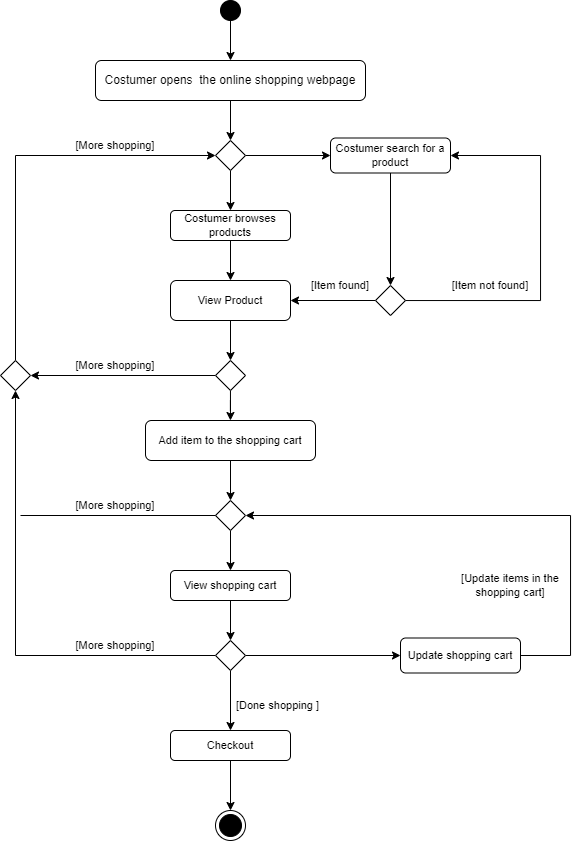
This is diagramas/Diagrama de atividades.png from JoshuaJones27/FetchCode, a draw.io export, as it was before one commit. Source tidied: cells renumbered, new cells last; positions are measured from the earlier drawing's top-left corner, leaving out a move shared by most shapes. Its diagram source:
```xml
<mxGraphModel>
  <root>
    <mxCell id="0" />
    <mxCell id="1" parent="0" />
    <mxCell id="2" style="edgeStyle=orthogonalEdgeStyle;rounded=0;jettySize=auto;html=1;fontSize=11;" parent="1" edge="1" source="3">
      <mxGeometry relative="1" as="geometry">
        <mxPoint x="230" y="140" as="targetPoint" />
      </mxGeometry>
    </mxCell>
    <mxCell id="3" value="Costumer opens&amp;nbsp; the online shopping webpage" style="rounded=1;whiteSpace=wrap;html=1;" parent="1" vertex="1">
      <mxGeometry x="95" y="60" width="270" height="40" as="geometry" />
    </mxCell>
    <mxCell id="4" style="edgeStyle=orthogonalEdgeStyle;rounded=0;jettySize=auto;html=1;fontSize=11;" parent="1" edge="1" source="5" target="3">
      <mxGeometry relative="1" as="geometry" />
    </mxCell>
    <mxCell id="5" style="ellipse;whiteSpace=wrap;html=1;strokeWidth=1;fillColor=#000000;" parent="1" vertex="1">
      <mxGeometry x="220" width="20" height="20" as="geometry" />
    </mxCell>
    <mxCell id="6" style="edgeStyle=orthogonalEdgeStyle;rounded=0;jettySize=auto;html=1;fontSize=11;" parent="1" edge="1" source="8" target="10">
      <mxGeometry relative="1" as="geometry" />
    </mxCell>
    <mxCell id="7" style="edgeStyle=orthogonalEdgeStyle;rounded=0;jettySize=auto;html=1;fontSize=11;" parent="1" edge="1" source="8" target="12">
      <mxGeometry relative="1" as="geometry" />
    </mxCell>
    <mxCell id="8" style="rhombus;fontSize=11;strokeWidth=1;fillColor=#FFFFFF;" parent="1" vertex="1">
      <mxGeometry x="215" y="140" width="30" height="30" as="geometry" />
    </mxCell>
    <mxCell id="9" style="edgeStyle=orthogonalEdgeStyle;rounded=0;jettySize=auto;html=1;fontSize=11;" parent="1" edge="1" source="10" target="20">
      <mxGeometry relative="1" as="geometry" />
    </mxCell>
    <mxCell id="10" value="Costumer search for a product" style="rounded=1;whiteSpace=wrap;html=1;fontSize=11;strokeWidth=1;fillColor=#FFFFFF;" parent="1" vertex="1">
      <mxGeometry x="330" y="137.5" width="120" height="35" as="geometry" />
    </mxCell>
    <mxCell id="11" style="edgeStyle=orthogonalEdgeStyle;rounded=0;jettySize=auto;html=1;fontSize=11;" parent="1" edge="1" source="12" target="14">
      <mxGeometry relative="1" as="geometry" />
    </mxCell>
    <mxCell id="12" value="Costumer browses products" style="rounded=1;whiteSpace=wrap;html=1;fontSize=11;strokeWidth=1;fillColor=#FFFFFF;" parent="1" vertex="1">
      <mxGeometry x="170" y="210" width="120" height="30" as="geometry" />
    </mxCell>
    <mxCell id="13" style="edgeStyle=orthogonalEdgeStyle;rounded=0;jettySize=auto;html=1;fontSize=11;" parent="1" edge="1" source="14" target="17">
      <mxGeometry relative="1" as="geometry" />
    </mxCell>
    <mxCell id="14" value="View Product" style="rounded=1;whiteSpace=wrap;html=1;fontSize=11;strokeWidth=1;fillColor=#FFFFFF;" parent="1" vertex="1">
      <mxGeometry x="170" y="280" width="120" height="40" as="geometry" />
    </mxCell>
    <mxCell id="15" style="edgeStyle=orthogonalEdgeStyle;rounded=0;jettySize=auto;html=1;entryX=1;entryY=0.5;entryDx=0;entryDy=0;fontSize=11;" parent="1" edge="1" source="17" target="22">
      <mxGeometry relative="1" as="geometry" />
    </mxCell>
    <mxCell id="16" style="edgeStyle=orthogonalEdgeStyle;rounded=0;jettySize=auto;html=1;fontSize=11;" parent="1" edge="1" source="17" target="24">
      <mxGeometry relative="1" as="geometry" />
    </mxCell>
    <mxCell id="17" style="rhombus;fontSize=11;strokeWidth=1;fillColor=#FFFFFF;" parent="1" vertex="1">
      <mxGeometry x="215" y="360" width="30" height="30" as="geometry" />
    </mxCell>
    <mxCell id="18" style="edgeStyle=orthogonalEdgeStyle;rounded=0;jettySize=auto;html=1;fontSize=11;" parent="1" edge="1" source="20" target="14">
      <mxGeometry relative="1" as="geometry" />
    </mxCell>
    <mxCell id="19" style="edgeStyle=orthogonalEdgeStyle;rounded=0;jettySize=auto;html=1;entryX=1;entryY=0.5;entryDx=0;entryDy=0;fontSize=11;" parent="1" edge="1" source="20" target="10">
      <mxGeometry relative="1" as="geometry">
        <Array as="points">
          <mxPoint x="540" y="300" />
          <mxPoint x="540" y="155" />
        </Array>
      </mxGeometry>
    </mxCell>
    <mxCell id="20" style="rhombus;fontSize=11;strokeWidth=1;fillColor=#FFFFFF;" parent="1" vertex="1">
      <mxGeometry x="375" y="285" width="30" height="30" as="geometry" />
    </mxCell>
    <mxCell id="21" style="edgeStyle=orthogonalEdgeStyle;rounded=0;jettySize=auto;html=1;entryX=0;entryY=0.5;entryDx=0;entryDy=0;fontSize=11;" parent="1" edge="1" source="22" target="8">
      <mxGeometry relative="1" as="geometry">
        <Array as="points">
          <mxPoint x="15" y="155" />
        </Array>
      </mxGeometry>
    </mxCell>
    <mxCell id="22" style="rhombus;fontSize=11;strokeWidth=1;fillColor=#FFFFFF;" parent="1" vertex="1">
      <mxGeometry y="360" width="30" height="30" as="geometry" />
    </mxCell>
    <mxCell id="23" style="edgeStyle=orthogonalEdgeStyle;rounded=0;jettySize=auto;html=1;fontSize=11;" parent="1" edge="1" source="24" target="26">
      <mxGeometry relative="1" as="geometry" />
    </mxCell>
    <mxCell id="24" value="Add item to the shopping cart" style="rounded=1;whiteSpace=wrap;html=1;fontSize=11;strokeWidth=1;fillColor=#FFFFFF;" parent="1" vertex="1">
      <mxGeometry x="145" y="420" width="170" height="40" as="geometry" />
    </mxCell>
    <mxCell id="25" style="edgeStyle=orthogonalEdgeStyle;rounded=0;jettySize=auto;html=1;fontSize=11;" parent="1" edge="1" source="26" target="28">
      <mxGeometry relative="1" as="geometry" />
    </mxCell>
    <mxCell id="26" style="rhombus;fontSize=11;strokeWidth=1;fillColor=#FFFFFF;" parent="1" vertex="1">
      <mxGeometry x="215" y="500" width="30" height="30" as="geometry" />
    </mxCell>
    <mxCell id="27" style="edgeStyle=orthogonalEdgeStyle;rounded=0;jettySize=auto;html=1;fontSize=11;" parent="1" edge="1" source="28" target="32">
      <mxGeometry relative="1" as="geometry" />
    </mxCell>
    <mxCell id="28" value="View shopping cart" style="rounded=1;whiteSpace=wrap;html=1;fontSize=11;strokeWidth=1;fillColor=#FFFFFF;" parent="1" vertex="1">
      <mxGeometry x="170" y="570" width="120" height="30" as="geometry" />
    </mxCell>
    <mxCell id="29" style="edgeStyle=orthogonalEdgeStyle;rounded=0;jettySize=auto;html=1;entryX=0;entryY=0.5;entryDx=0;entryDy=0;fontSize=11;" parent="1" edge="1" source="32" target="34">
      <mxGeometry relative="1" as="geometry" />
    </mxCell>
    <mxCell id="30" style="edgeStyle=orthogonalEdgeStyle;rounded=0;jettySize=auto;html=1;entryX=0.5;entryY=1;entryDx=0;entryDy=0;fontSize=11;" parent="1" edge="1" source="32" target="22">
      <mxGeometry relative="1" as="geometry" />
    </mxCell>
    <mxCell id="31" style="edgeStyle=orthogonalEdgeStyle;rounded=0;jettySize=auto;html=1;fontSize=11;" parent="1" edge="1" source="32" target="37">
      <mxGeometry relative="1" as="geometry" />
    </mxCell>
    <mxCell id="32" style="rhombus;fontSize=11;strokeWidth=1;fillColor=#FFFFFF;" parent="1" vertex="1">
      <mxGeometry x="215" y="640" width="30" height="30" as="geometry" />
    </mxCell>
    <mxCell id="33" style="edgeStyle=orthogonalEdgeStyle;rounded=0;jettySize=auto;html=1;entryX=1;entryY=0.5;entryDx=0;entryDy=0;fontSize=11;exitX=1;exitY=0.5;exitDx=0;exitDy=0;" parent="1" edge="1" source="34" target="26">
      <mxGeometry relative="1" as="geometry">
        <Array as="points">
          <mxPoint x="570" y="655" />
          <mxPoint x="570" y="515" />
        </Array>
      </mxGeometry>
    </mxCell>
    <mxCell id="34" value="Update shopping cart" style="rounded=1;whiteSpace=wrap;html=1;fontSize=11;strokeWidth=1;fillColor=#FFFFFF;" parent="1" vertex="1">
      <mxGeometry x="400" y="637.5" width="120" height="35" as="geometry" />
    </mxCell>
    <mxCell id="35" style="endArrow=none;html=1;rounded=0;fontSize=11;exitX=0;exitY=0.5;exitDx=0;exitDy=0;" parent="1" edge="1" source="26">
      <mxGeometry relative="1" as="geometry">
        <mxPoint x="20" y="515" as="targetPoint" />
      </mxGeometry>
    </mxCell>
    <mxCell id="36" style="edgeStyle=orthogonalEdgeStyle;rounded=0;jettySize=auto;html=1;fontSize=11;" parent="1" edge="1" source="37" target="38">
      <mxGeometry relative="1" as="geometry" />
    </mxCell>
    <mxCell id="37" value="Checkout" style="rounded=1;whiteSpace=wrap;html=1;fontSize=11;strokeWidth=1;fillColor=#FFFFFF;" parent="1" vertex="1">
      <mxGeometry x="170" y="730" width="120" height="30" as="geometry" />
    </mxCell>
    <mxCell id="38" style="ellipse;html=1;shape=endState;fillColor=#000000;strokeColor=#000000;fontSize=11;" parent="1" vertex="1">
      <mxGeometry x="215" y="810" width="30" height="30" as="geometry" />
    </mxCell>
    <mxCell id="39" value="[More shopping]" style="text;html=1;strokeColor=none;fillColor=none;align=center;verticalAlign=middle;whiteSpace=wrap;rounded=0;fontSize=11;" parent="1" vertex="1">
      <mxGeometry x="70" y="130" width="90" height="30" as="geometry" />
    </mxCell>
    <mxCell id="40" value="[More shopping]" style="text;html=1;strokeColor=none;fillColor=none;align=center;verticalAlign=middle;whiteSpace=wrap;rounded=0;fontSize=11;" parent="1" vertex="1">
      <mxGeometry x="65" y="350" width="100" height="30" as="geometry" />
    </mxCell>
    <mxCell id="41" value="[More shopping]" style="text;html=1;strokeColor=none;fillColor=none;align=center;verticalAlign=middle;whiteSpace=wrap;rounded=0;fontSize=11;" parent="1" vertex="1">
      <mxGeometry x="65" y="490" width="100" height="30" as="geometry" />
    </mxCell>
    <mxCell id="42" value="[More shopping]" style="text;html=1;strokeColor=none;fillColor=none;align=center;verticalAlign=middle;whiteSpace=wrap;rounded=0;fontSize=11;" parent="1" vertex="1">
      <mxGeometry x="65" y="630" width="100" height="30" as="geometry" />
    </mxCell>
    <mxCell id="43" value="[Update items in the shopping cart]" style="text;html=1;strokeColor=none;fillColor=none;align=center;verticalAlign=middle;whiteSpace=wrap;rounded=0;fontSize=11;" parent="1" vertex="1">
      <mxGeometry x="460" y="570" width="100" height="30" as="geometry" />
    </mxCell>
    <mxCell id="44" value="[Item found]" style="text;html=1;strokeColor=none;fillColor=none;align=center;verticalAlign=middle;whiteSpace=wrap;rounded=0;fontSize=11;" parent="1" vertex="1">
      <mxGeometry x="290" y="270" width="100" height="30" as="geometry" />
    </mxCell>
    <mxCell id="45" value="[Item not found]" style="text;html=1;strokeColor=none;fillColor=none;align=center;verticalAlign=middle;whiteSpace=wrap;rounded=0;fontSize=11;" parent="1" vertex="1">
      <mxGeometry x="440" y="270" width="100" height="30" as="geometry" />
    </mxCell>
    <mxCell id="46" value="[Done shopping ]&amp;nbsp;" style="text;html=1;strokeColor=none;fillColor=none;align=center;verticalAlign=middle;whiteSpace=wrap;rounded=0;fontSize=11;" parent="1" vertex="1">
      <mxGeometry x="234" y="690" width="90" height="30" as="geometry" />
    </mxCell>
  </root>
</mxGraphModel>
```
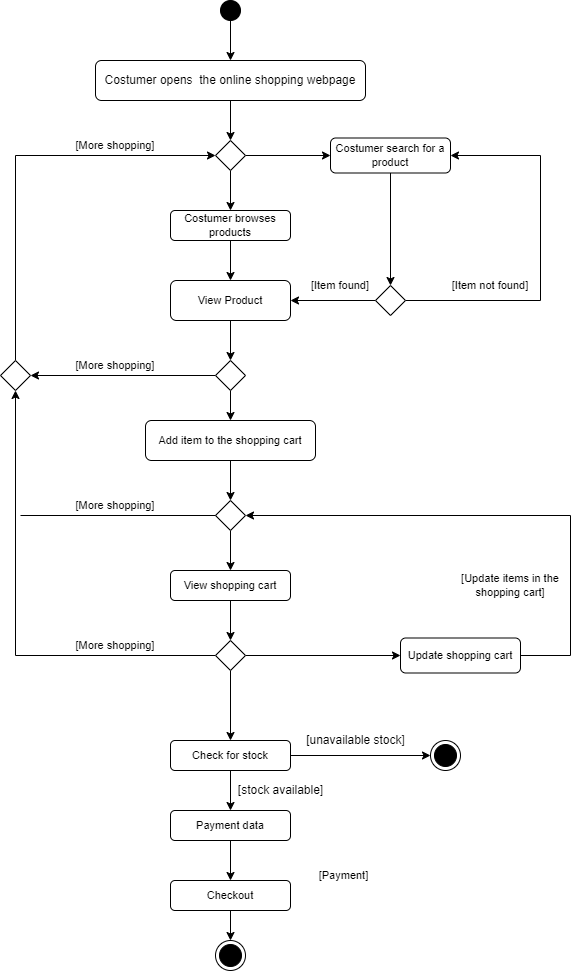
Above is the later version.

The edit, as a diff of the source:
```diff
@@ -100,9 +100,9 @@
     <mxCell id="30" style="edgeStyle=orthogonalEdgeStyle;rounded=0;jettySize=auto;html=1;entryX=0.5;entryY=1;entryDx=0;entryDy=0;fontSize=11;" parent="1" edge="1" source="32" target="22">
       <mxGeometry relative="1" as="geometry" />
     </mxCell>
-    <mxCell id="31" style="edgeStyle=orthogonalEdgeStyle;rounded=0;jettySize=auto;html=1;fontSize=11;" parent="1" edge="1" source="32" target="37">
-      <mxGeometry relative="1" as="geometry" />
-    </mxCell>
+    <mxCell id="47" style="edgeStyle=orthogonalEdgeStyle;rounded=0;jettySize=auto;html=1;" parent="1" edge="1" source="32" target="52">
+      <mxGeometry relative="1" as="geometry" />
+    </mxCell>
     <mxCell id="32" style="rhombus;fontSize=11;strokeWidth=1;fillColor=#FFFFFF;" parent="1" vertex="1">
       <mxGeometry x="215" y="640" width="30" height="30" as="geometry" />
     </mxCell>
@@ -122,14 +122,8 @@
         <mxPoint x="20" y="515" as="targetPoint" />
       </mxGeometry>
     </mxCell>
-    <mxCell id="36" style="edgeStyle=orthogonalEdgeStyle;rounded=0;jettySize=auto;html=1;fontSize=11;" parent="1" edge="1" source="37" target="38">
-      <mxGeometry relative="1" as="geometry" />
-    </mxCell>
-    <mxCell id="37" value="Checkout" style="rounded=1;whiteSpace=wrap;html=1;fontSize=11;strokeWidth=1;fillColor=#FFFFFF;" parent="1" vertex="1">
-      <mxGeometry x="170" y="730" width="120" height="30" as="geometry" />
-    </mxCell>
     <mxCell id="38" style="ellipse;html=1;shape=endState;fillColor=#000000;strokeColor=#000000;fontSize=11;" parent="1" vertex="1">
-      <mxGeometry x="215" y="810" width="30" height="30" as="geometry" />
+      <mxGeometry x="215" y="940" width="30" height="30" as="geometry" />
     </mxCell>
     <mxCell id="39" value="[More shopping]" style="text;html=1;strokeColor=none;fillColor=none;align=center;verticalAlign=middle;whiteSpace=wrap;rounded=0;fontSize=11;" parent="1" vertex="1">
       <mxGeometry x="70" y="130" width="90" height="30" as="geometry" />
@@ -152,8 +146,40 @@
     <mxCell id="45" value="[Item not found]" style="text;html=1;strokeColor=none;fillColor=none;align=center;verticalAlign=middle;whiteSpace=wrap;rounded=0;fontSize=11;" parent="1" vertex="1">
       <mxGeometry x="440" y="270" width="100" height="30" as="geometry" />
     </mxCell>
-    <mxCell id="46" value="[Done shopping ]&amp;nbsp;" style="text;html=1;strokeColor=none;fillColor=none;align=center;verticalAlign=middle;whiteSpace=wrap;rounded=0;fontSize=11;" parent="1" vertex="1">
-      <mxGeometry x="234" y="690" width="90" height="30" as="geometry" />
+    <mxCell id="46" value="[Payment]&amp;nbsp;" style="text;html=1;strokeColor=none;fillColor=none;align=center;verticalAlign=middle;whiteSpace=wrap;rounded=0;fontSize=11;" parent="1" vertex="1">
+      <mxGeometry x="300" y="860" width="90" height="30" as="geometry" />
     </mxCell>
+    <mxCell id="48" style="edgeStyle=orthogonalEdgeStyle;rounded=0;jettySize=auto;html=1;" parent="1" edge="1" source="49" target="37">
+      <mxGeometry relative="1" as="geometry" />
+    </mxCell>
+    <mxCell id="49" value="Payment data" style="rounded=1;whiteSpace=wrap;html=1;fontSize=11;strokeWidth=1;fillColor=#FFFFFF;" parent="1" vertex="1">
+      <mxGeometry x="170" y="810" width="120" height="30" as="geometry" />
+    </mxCell>
+    <mxCell id="50" style="edgeStyle=orthogonalEdgeStyle;rounded=0;jettySize=auto;html=1;" parent="1" edge="1" source="52" target="49">
+      <mxGeometry relative="1" as="geometry" />
+    </mxCell>
+    <mxCell id="51" style="edgeStyle=orthogonalEdgeStyle;rounded=0;jettySize=auto;html=1;" parent="1" edge="1" source="52">
+      <mxGeometry relative="1" as="geometry">
+        <mxPoint x="430" y="755" as="targetPoint" />
+      </mxGeometry>
+    </mxCell>
+    <mxCell id="52" value="Check for stock" style="rounded=1;whiteSpace=wrap;html=1;fontSize=11;strokeWidth=1;fillColor=#FFFFFF;" parent="1" vertex="1">
+      <mxGeometry x="170" y="740" width="120" height="30" as="geometry" />
+    </mxCell>
+    <mxCell id="36" style="edgeStyle=orthogonalEdgeStyle;rounded=0;jettySize=auto;html=1;" parent="1" edge="1" source="37" target="38">
+      <mxGeometry relative="1" as="geometry" />
+    </mxCell>
+    <mxCell id="37" value="Checkout" style="rounded=1;whiteSpace=wrap;html=1;fontSize=11;strokeWidth=1;fillColor=#FFFFFF;" parent="1" vertex="1">
+      <mxGeometry x="170" y="880" width="120" height="30" as="geometry" />
+    </mxCell>
+    <mxCell id="53" value="[stock available]" style="text;html=1;align=center;verticalAlign=middle;strokeColor=none;fillColor=none;" parent="1" vertex="1">
+      <mxGeometry x="230" y="780" width="100" height="20" as="geometry" />
+    </mxCell>
+    <mxCell id="54" value="[unavailable stock]" style="text;html=1;align=center;verticalAlign=middle;strokeColor=none;fillColor=none;" parent="1" vertex="1">
+      <mxGeometry x="300" y="730" width="110" height="20" as="geometry" />
+    </mxCell>
+    <mxCell id="55" style="ellipse;html=1;shape=endState;fillColor=#000000;strokeColor=#000000;fontSize=11;" parent="1" vertex="1">
+      <mxGeometry x="430" y="740" width="30" height="30" as="geometry" />
+    </mxCell>
   </root>
 </mxGraphModel>
```
